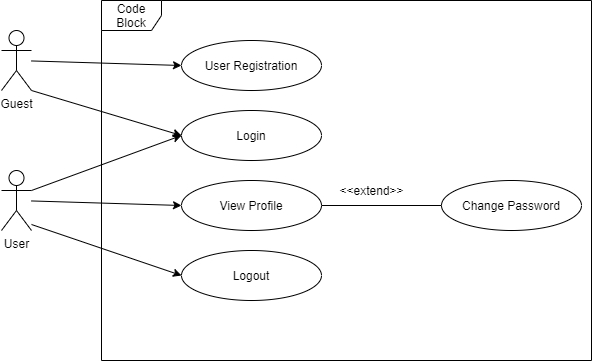
Earlier version of the draw.io export Documentation/final report/Doc/Pics/account_use-case.png (yuchitoto/CSCI3100-Project). Source tidied: cells renumbered, new cells last; positions are measured from the earlier drawing's top-left corner, leaving out a move shared by most shapes.
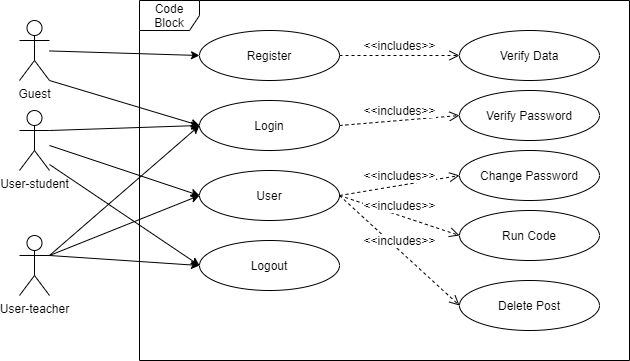
The same file after the commit.

Diff of the diagram source:
```diff
@@ -5,23 +5,23 @@
     <mxCell id="2" value="Guest" style="shape=umlActor;verticalLabelPosition=bottom;labelBackgroundColor=#ffffff;verticalAlign=top;html=1;" parent="1" vertex="1">
       <mxGeometry y="30" width="30" height="60" as="geometry" />
     </mxCell>
-    <mxCell id="3" value="User" style="shape=umlActor;verticalLabelPosition=bottom;labelBackgroundColor=#ffffff;verticalAlign=top;html=1;" parent="1" vertex="1">
-      <mxGeometry y="170" width="30" height="60" as="geometry" />
+    <mxCell id="3" value="User-student" style="shape=umlActor;verticalLabelPosition=bottom;labelBackgroundColor=#ffffff;verticalAlign=top;html=1;" parent="1" vertex="1">
+      <mxGeometry y="120" width="30" height="60" as="geometry" />
     </mxCell>
-    <mxCell id="4" value="User Registration" style="ellipse;whiteSpace=wrap;html=1;" parent="1" vertex="1">
+    <mxCell id="4" value="Register" style="ellipse;whiteSpace=wrap;html=1;" parent="1" vertex="1">
       <mxGeometry x="180" y="40" width="140" height="50" as="geometry" />
     </mxCell>
     <mxCell id="5" value="Login" style="ellipse;whiteSpace=wrap;html=1;" parent="1" vertex="1">
       <mxGeometry x="180" y="110" width="140" height="50" as="geometry" />
     </mxCell>
-    <mxCell id="6" value="View Profile" style="ellipse;whiteSpace=wrap;html=1;" parent="1" vertex="1">
+    <mxCell id="6" value="User" style="ellipse;whiteSpace=wrap;html=1;" parent="1" vertex="1">
       <mxGeometry x="180" y="180" width="140" height="50" as="geometry" />
     </mxCell>
     <mxCell id="7" value="Logout" style="ellipse;whiteSpace=wrap;html=1;" parent="1" vertex="1">
       <mxGeometry x="180" y="250" width="140" height="50" as="geometry" />
     </mxCell>
     <mxCell id="8" value="Change Password" style="ellipse;whiteSpace=wrap;html=1;" parent="1" vertex="1">
-      <mxGeometry x="440" y="180" width="140" height="50" as="geometry" />
+      <mxGeometry x="440" y="160" width="140" height="50" as="geometry" />
     </mxCell>
     <mxCell id="9" style="endArrow=classic;html=1;entryX=0;entryY=0.5;entryDx=0;entryDy=0;" parent="1" edge="1" source="2" target="4">
       <mxGeometry relative="1" as="geometry" />
@@ -38,14 +38,47 @@
     <mxCell id="13" style="endArrow=classic;html=1;entryX=0;entryY=0.5;entryDx=0;entryDy=0;exitX=1;exitY=0.9;exitDx=0;exitDy=0;exitPerimeter=0;" parent="1" edge="1" source="3" target="7">
       <mxGeometry relative="1" as="geometry" />
     </mxCell>
+    <mxCell id="16" value="Code Block" style="shape=umlFrame;whiteSpace=wrap;html=1;" parent="1" vertex="1">
+      <mxGeometry x="120" y="10" width="490" height="360" as="geometry" />
+    </mxCell>
+    <mxCell id="17" value="User-teacher" style="shape=umlActor;verticalLabelPosition=bottom;labelBackgroundColor=#ffffff;verticalAlign=top;html=1;" parent="1" vertex="1">
+      <mxGeometry y="245" width="30" height="60" as="geometry" />
+    </mxCell>
+    <mxCell id="18" style="endArrow=classic;html=1;entryX=0;entryY=0.5;entryDx=0;entryDy=0;exitX=1;exitY=0.3333333333333333;exitDx=0;exitDy=0;exitPerimeter=0;" parent="1" edge="1" source="17" target="5">
+      <mxGeometry relative="1" as="geometry" />
+    </mxCell>
+    <mxCell id="19" style="endArrow=classic;html=1;entryX=0;entryY=0.5;entryDx=0;entryDy=0;exitX=1;exitY=0.3333333333333333;exitDx=0;exitDy=0;exitPerimeter=0;" parent="1" edge="1" source="17" target="6">
+      <mxGeometry relative="1" as="geometry" />
+    </mxCell>
+    <mxCell id="20" style="endArrow=classic;html=1;entryX=0;entryY=0.5;entryDx=0;entryDy=0;exitX=1;exitY=0.3333333333333333;exitDx=0;exitDy=0;exitPerimeter=0;" parent="1" edge="1" source="17" target="7">
+      <mxGeometry relative="1" as="geometry" />
+    </mxCell>
+    <mxCell id="21" value="Run Code" style="ellipse;whiteSpace=wrap;html=1;" parent="1" vertex="1">
+      <mxGeometry x="440" y="220" width="140" height="50" as="geometry" />
+    </mxCell>
+    <mxCell id="22" value="Delete Post" style="ellipse;whiteSpace=wrap;html=1;" parent="1" vertex="1">
+      <mxGeometry x="440" y="290" width="140" height="50" as="geometry" />
+    </mxCell>
-    <mxCell id="14" style="endArrow=none;html=1;entryX=0;entryY=0.5;entryDx=0;entryDy=0;exitX=1;exitY=0.5;exitDx=0;exitDy=0;" parent="1" edge="1" source="6" target="8">
+    <mxCell id="14" value="&amp;lt;&amp;lt;includes&amp;gt;&amp;gt;" style="html=1;verticalAlign=bottom;endArrow=open;dashed=1;endSize=8;entryX=0;entryY=0.5;entryDx=0;entryDy=0;exitX=1;exitY=0.5;exitDx=0;exitDy=0;" parent="1" edge="1" source="6" target="8">
       <mxGeometry relative="1" as="geometry" />
     </mxCell>
-    <mxCell id="15" value="&amp;lt;&amp;lt;extend&amp;gt;&amp;gt;" style="text;html=1;align=center;verticalAlign=middle;" parent="1" vertex="1">
-      <mxGeometry x="330" y="180" width="80" height="20" as="geometry" />
-    </mxCell>
-    <mxCell id="16" value="Code Block" style="shape=umlFrame;whiteSpace=wrap;html=1;" parent="1" vertex="1">
-      <mxGeometry x="100" width="490" height="360" as="geometry" />
-    </mxCell>
+    <mxCell id="23" value="&amp;lt;&amp;lt;includes&amp;gt;&amp;gt;" style="html=1;verticalAlign=bottom;endArrow=open;dashed=1;endSize=8;entryX=0;entryY=0.5;entryDx=0;entryDy=0;exitX=1;exitY=0.5;exitDx=0;exitDy=0;" parent="1" edge="1" source="6" target="21">
+      <mxGeometry relative="1" as="geometry" />
+    </mxCell>
+    <mxCell id="24" value="&amp;lt;&amp;lt;includes&amp;gt;&amp;gt;" style="html=1;verticalAlign=bottom;endArrow=open;dashed=1;endSize=8;entryX=0;entryY=0.5;entryDx=0;entryDy=0;exitX=1;exitY=0.5;exitDx=0;exitDy=0;" parent="1" edge="1" source="6" target="22">
+      <mxGeometry relative="1" as="geometry" />
+    </mxCell>
+    <mxCell id="25" value="Verify Password" style="ellipse;whiteSpace=wrap;html=1;" parent="1" vertex="1">
+      <mxGeometry x="440" y="100" width="140" height="50" as="geometry" />
+    </mxCell>
+    <mxCell id="26" value="Verify Data" style="ellipse;whiteSpace=wrap;html=1;" parent="1" vertex="1">
+      <mxGeometry x="440" y="40" width="140" height="50" as="geometry" />
+    </mxCell>
+    <mxCell id="27" value="&amp;lt;&amp;lt;includes&amp;gt;&amp;gt;" style="html=1;verticalAlign=bottom;endArrow=open;dashed=1;endSize=8;entryX=0;entryY=0.5;entryDx=0;entryDy=0;exitX=1;exitY=0.5;exitDx=0;exitDy=0;" parent="1" edge="1" source="4" target="26">
+      <mxGeometry relative="1" as="geometry" />
+    </mxCell>
+    <mxCell id="28" value="&amp;lt;&amp;lt;includes&amp;gt;&amp;gt;" style="html=1;verticalAlign=bottom;endArrow=open;dashed=1;endSize=8;entryX=0;entryY=0.5;entryDx=0;entryDy=0;exitX=1;exitY=0.5;exitDx=0;exitDy=0;" parent="1" edge="1" source="5" target="25">
+      <mxGeometry relative="1" as="geometry" />
+    </mxCell>
   </root>
 </mxGraphModel>
```
